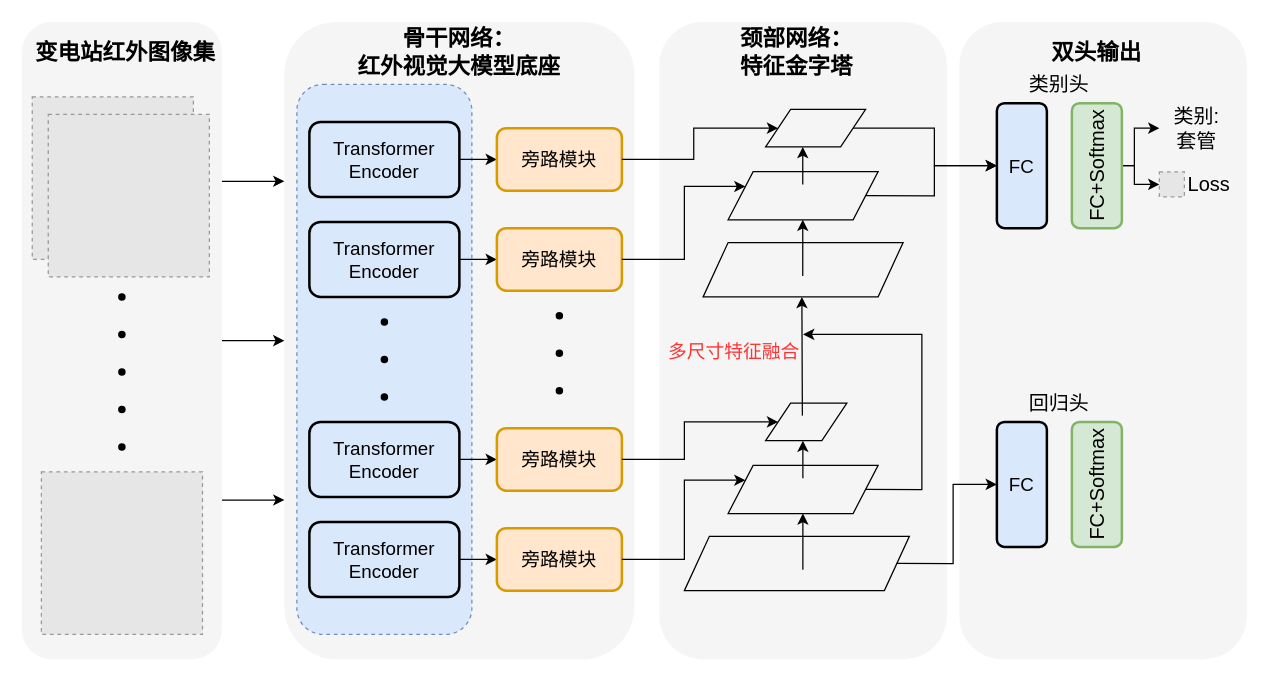
Earlier version of the draw.io diagram 网络拓扑图.drawio (Loewen-Hob/Interview). Source tidied: cells renumbered, new cells numbered last; positions are measured from the earlier drawing's top-left corner, leaving out a move shared by most shapes. Both pictures are drawn from the tidied source at 125%, with x=0, y=0 at pixel (21, 21). Pictures stored in the file or linked from it are replaced by grey dashed boxes.
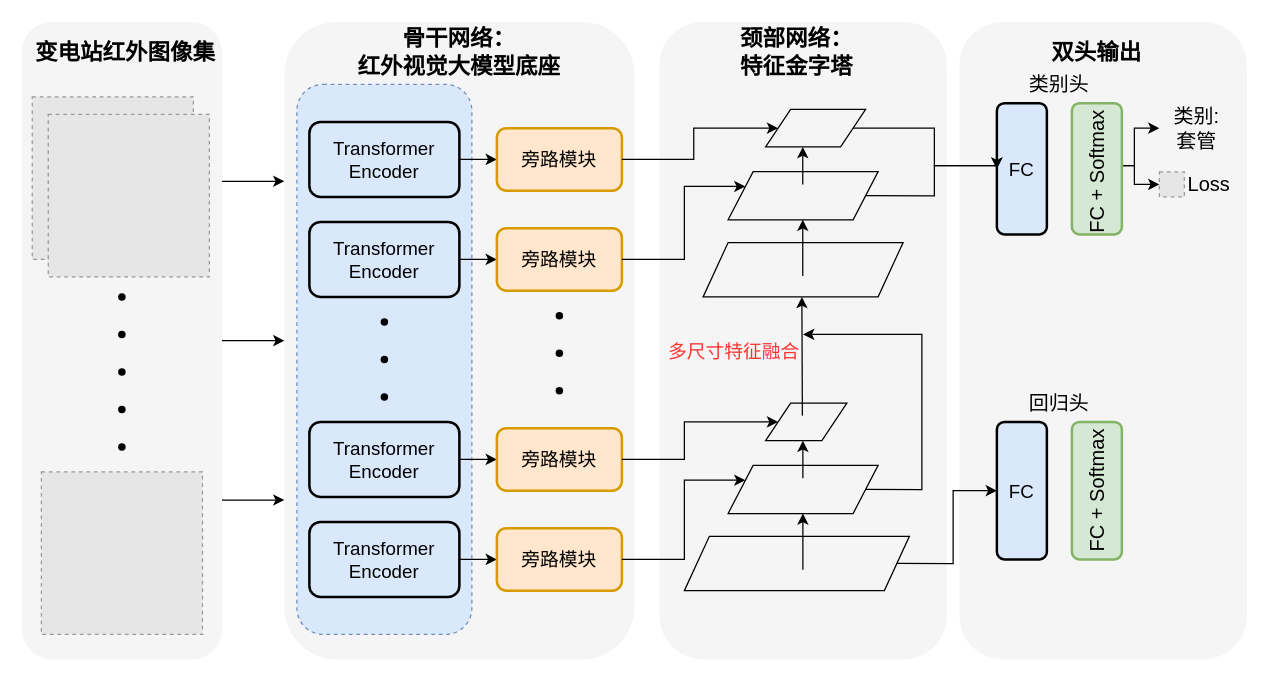
The same diagram, later.

Commit message (it also covers changes not shown here):
更新网络拓扑图.drawio

Change to the diagram source:
```diff
@@
     <mxCell id="57" value="&lt;div&gt;&lt;span style=&quot;font-size: 15px;&quot;&gt;FC&lt;/span&gt;&lt;/div&gt;" style="rounded=1;whiteSpace=wrap;html=1;fillColor=#dae8fc;strokeColor=#000000;strokeWidth=2;" parent="1" vertex="1">
-      <mxGeometry x="780" y="65" width="40" height="100" as="geometry" />
+      <mxGeometry x="780" y="65" width="40" height="105" as="geometry" />
     </mxCell>
@@
     <mxCell id="60" style="rounded=1;whiteSpace=wrap;html=1;fillColor=#d5e8d4;strokeColor=#82b366;strokeWidth=2;" parent="1" vertex="1">
-      <mxGeometry x="840" y="65" width="40" height="100" as="geometry" />
+      <mxGeometry x="840" y="65" width="40" height="105" as="geometry" />
     </mxCell>
-    <mxCell id="61" value="&lt;font style=&quot;font-size: 16px;&quot;&gt;FC+Softmax&lt;/font&gt;" style="text;html=1;whiteSpace=wrap;strokeColor=none;fillColor=none;align=center;verticalAlign=middle;rounded=0;rotation=-90;" parent="1" vertex="1">
-      <mxGeometry x="810" y="100" width="100" height="30" as="geometry" />
+    <mxCell id="61" value="&lt;font style=&quot;font-size: 16px;&quot;&gt;FC + Softmax&lt;/font&gt;" style="text;html=1;whiteSpace=wrap;strokeColor=none;fillColor=none;align=center;verticalAlign=middle;rounded=0;rotation=-90;" parent="1" vertex="1">
+      <mxGeometry x="805" y="105" width="110" height="30" as="geometry" />
     </mxCell>
@@
     <mxCell id="64" value="&lt;div&gt;&lt;span style=&quot;font-size: 15px;&quot;&gt;FC&lt;/span&gt;&lt;/div&gt;" style="rounded=1;whiteSpace=wrap;html=1;fillColor=#dae8fc;strokeColor=#000000;strokeWidth=2;" parent="1" vertex="1">
-      <mxGeometry x="780" y="320" width="40" height="100" as="geometry" />
+      <mxGeometry x="780" y="320" width="40" height="110" as="geometry" />
     </mxCell>
     <mxCell id="65" style="rounded=1;whiteSpace=wrap;html=1;fillColor=#d5e8d4;strokeColor=#82b366;strokeWidth=2;" parent="1" vertex="1">
-      <mxGeometry x="840" y="320" width="40" height="100" as="geometry" />
+      <mxGeometry x="840" y="320" width="40" height="110" as="geometry" />
     </mxCell>
-    <mxCell id="66" value="&lt;font style=&quot;font-size: 16px;&quot;&gt;FC+Softmax&lt;/font&gt;" style="text;html=1;whiteSpace=wrap;strokeColor=none;fillColor=none;align=center;verticalAlign=middle;rounded=0;rotation=-90;" parent="1" vertex="1">
-      <mxGeometry x="810" y="355" width="100" height="30" as="geometry" />
+    <mxCell id="66" value="&lt;font style=&quot;font-size: 16px;&quot;&gt;FC + Softmax&lt;/font&gt;" style="text;html=1;whiteSpace=wrap;strokeColor=none;fillColor=none;align=center;verticalAlign=middle;rounded=0;rotation=-90;" parent="1" vertex="1">
+      <mxGeometry x="805" y="360" width="110" height="30" as="geometry" />
     </mxCell>
```
